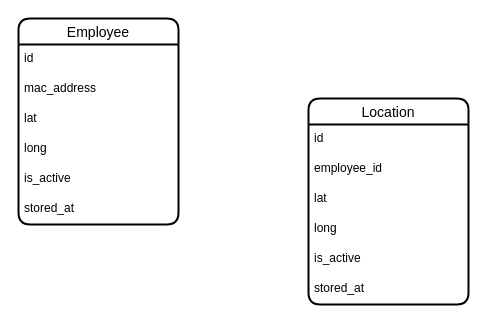
The draw.io diagram workforce.drawio in iztileuoff/databases, before the edit. Source tidied: cells renumbered, new cells numbered last; positions are measured from the earlier drawing's top-left corner, leaving out a move shared by most shapes. Both pictures are drawn from the tidied source at 100%, with x=0, y=0 at pixel (18, 18).
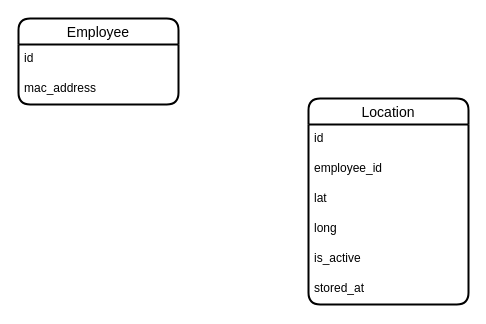
Above is the later version.

The edit, as a diff of the source:
```diff
@@
 <mxGraphModel>
   <root>
     <mxCell id="0" />
     <mxCell id="1" parent="0" />
     <mxCell id="2" value="Location" style="swimlane;fontStyle=0;horizontal=1;startSize=26;align=center;fontSize=14;strokeWidth=2;rounded=1;shadow=0;glass=0;swimlaneLine=1;" parent="1" vertex="1">
       <mxGeometry x="290" y="80" width="160" height="206" as="geometry" />
     </mxCell>
     <mxCell id="3" value="id" style="text;strokeColor=none;fillColor=none;spacingLeft=4;spacingRight=4;overflow=hidden;fontSize=12;whiteSpace=wrap;html=1;" parent="2" vertex="1">
       <mxGeometry y="26" width="160" height="30" as="geometry" />
     </mxCell>
     <mxCell id="4" value="employee_id" style="text;strokeColor=none;fillColor=none;spacingLeft=4;spacingRight=4;overflow=hidden;fontSize=12;whiteSpace=wrap;html=1;" parent="2" vertex="1">
       <mxGeometry y="56" width="160" height="30" as="geometry" />
     </mxCell>
     <mxCell id="5" value="lat" style="text;strokeColor=none;fillColor=none;spacingLeft=4;spacingRight=4;overflow=hidden;fontSize=12;whiteSpace=wrap;html=1;" parent="2" vertex="1">
       <mxGeometry y="86" width="160" height="30" as="geometry" />
     </mxCell>
     <mxCell id="6" value="long" style="text;strokeColor=none;fillColor=none;spacingLeft=4;spacingRight=4;overflow=hidden;fontSize=12;whiteSpace=wrap;html=1;" parent="2" vertex="1">
       <mxGeometry y="116" width="160" height="30" as="geometry" />
     </mxCell>
     <mxCell id="7" value="is_active" style="text;strokeColor=none;fillColor=none;spacingLeft=4;spacingRight=4;overflow=hidden;fontSize=12;whiteSpace=wrap;html=1;" parent="2" vertex="1">
       <mxGeometry y="146" width="160" height="30" as="geometry" />
     </mxCell>
     <mxCell id="8" value="stored_at" style="text;strokeColor=none;fillColor=none;spacingLeft=4;spacingRight=4;overflow=hidden;fontSize=12;whiteSpace=wrap;html=1;" parent="2" vertex="1">
       <mxGeometry y="176" width="160" height="30" as="geometry" />
     </mxCell>
     <mxCell id="9" value="Employee" style="swimlane;fontStyle=0;horizontal=1;startSize=26;align=center;fontSize=14;strokeWidth=2;rounded=1;shadow=0;glass=0;swimlaneLine=1;" parent="1" vertex="1">
-      <mxGeometry width="160" height="206" as="geometry" />
+      <mxGeometry width="160" height="86" as="geometry" />
     </mxCell>
     <mxCell id="10" value="id" style="text;strokeColor=none;fillColor=none;spacingLeft=4;spacingRight=4;overflow=hidden;fontSize=12;whiteSpace=wrap;html=1;" parent="9" vertex="1">
       <mxGeometry y="26" width="160" height="30" as="geometry" />
     </mxCell>
     <mxCell id="11" value="mac_address" style="text;strokeColor=none;fillColor=none;spacingLeft=4;spacingRight=4;overflow=hidden;fontSize=12;whiteSpace=wrap;html=1;" parent="9" vertex="1">
       <mxGeometry y="56" width="160" height="30" as="geometry" />
     </mxCell>
-    <mxCell id="12" value="lat" style="text;strokeColor=none;fillColor=none;spacingLeft=4;spacingRight=4;overflow=hidden;fontSize=12;whiteSpace=wrap;html=1;" parent="9" vertex="1">
-      <mxGeometry y="86" width="160" height="30" as="geometry" />
-    </mxCell>
-    <mxCell id="13" value="long" style="text;strokeColor=none;fillColor=none;spacingLeft=4;spacingRight=4;overflow=hidden;fontSize=12;whiteSpace=wrap;html=1;" parent="9" vertex="1">
-      <mxGeometry y="116" width="160" height="30" as="geometry" />
-    </mxCell>
-    <mxCell id="14" value="is_active" style="text;strokeColor=none;fillColor=none;spacingLeft=4;spacingRight=4;overflow=hidden;fontSize=12;whiteSpace=wrap;html=1;" parent="9" vertex="1">
-      <mxGeometry y="146" width="160" height="30" as="geometry" />
-    </mxCell>
-    <mxCell id="15" value="stored_at" style="text;strokeColor=none;fillColor=none;spacingLeft=4;spacingRight=4;overflow=hidden;fontSize=12;whiteSpace=wrap;html=1;" parent="9" vertex="1">
-      <mxGeometry y="176" width="160" height="30" as="geometry" />
-    </mxCell>
   </root>
 </mxGraphModel>
```
